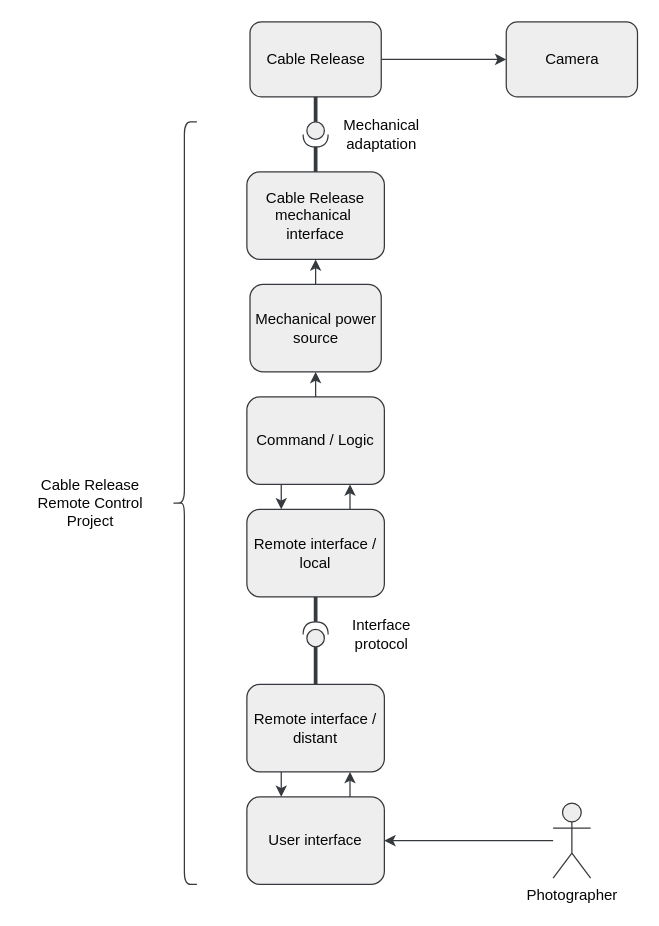
Before: design/preliminary_design.drawio in sebastienroy/cable_release_remote_control, a draw.io diagram. Source tidied: cells renumbered, new cells numbered last; positions are measured from the earlier drawing's top-left corner, leaving out a move shared by most shapes. Both pictures are drawn from the tidied source at 125%, with x=0, y=0 at pixel (21, 21).
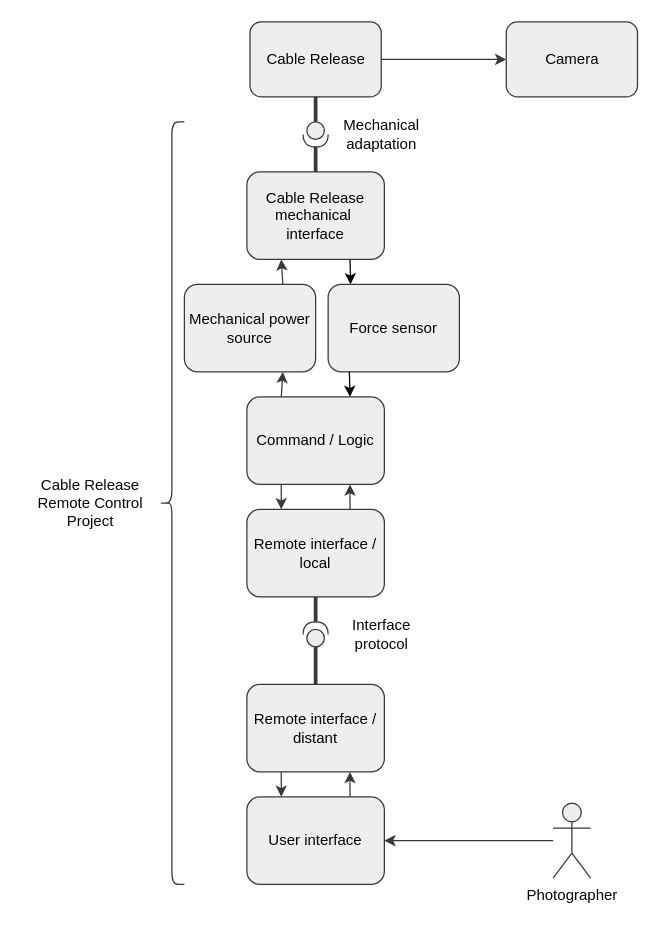
The same diagram, later.

Commit message:
add sensor function and non functional requirement

The change refers to these unchanged cells:
```xml
<mxCell id="4" value="Cable Release mechanical&amp;nbsp; interface" style="rounded=1;whiteSpace=wrap;html=1;strokeColor=#36393d;fillColor=#eeeeee;fontColor=#050505;" parent="1" vertex="1">
  <mxGeometry x="180" y="120" width="110" height="70" as="geometry" />
</mxCell>
<mxCell id="12" value="Command / Logic" style="rounded=1;whiteSpace=wrap;html=1;strokeColor=#36393d;fillColor=#eeeeee;fontColor=#050505;" parent="1" vertex="1">
  <mxGeometry x="180" y="300" width="110" height="70" as="geometry" />
</mxCell>
```

What changed in the source:
```diff
@@
-    <mxCell id="10" style="edgeStyle=none;html=1;exitX=0.5;exitY=0;exitDx=0;exitDy=0;entryX=0.5;entryY=1;entryDx=0;entryDy=0;strokeColor=#36393d;fillColor=#eeeeee;fontColor=#050505;" parent="1" edge="1" source="12" target="14">
+    <mxCell id="10" style="edgeStyle=none;html=1;strokeColor=#36393d;fillColor=#eeeeee;fontColor=#050505;exitX=0.25;exitY=0;exitDx=0;exitDy=0;entryX=0.75;entryY=1;entryDx=0;entryDy=0;" parent="1" edge="1" source="12" target="14">
       <mxGeometry relative="1" as="geometry" />
     </mxCell>
@@
-    <mxCell id="13" style="edgeStyle=none;html=1;exitX=0.5;exitY=0;exitDx=0;exitDy=0;entryX=0.5;entryY=1;entryDx=0;entryDy=0;strokeColor=#36393d;fillColor=#eeeeee;fontColor=#050505;" parent="1" edge="1" source="14" target="4">
+    <mxCell id="13" style="edgeStyle=none;html=1;exitX=0.75;exitY=0;exitDx=0;exitDy=0;entryX=0.25;entryY=1;entryDx=0;entryDy=0;strokeColor=#36393d;fillColor=#eeeeee;fontColor=#050505;" parent="1" edge="1" source="14" target="4">
       <mxGeometry relative="1" as="geometry" />
     </mxCell>
     <mxCell id="14" value="Mechanical power source" style="rounded=1;whiteSpace=wrap;html=1;strokeColor=#36393d;fillColor=#eeeeee;fontColor=#050505;" parent="1" vertex="1">
-      <mxGeometry x="182.5" y="210" width="105" height="70" as="geometry" />
+      <mxGeometry x="130" y="210" width="105" height="70" as="geometry" />
     </mxCell>
@@
     <mxCell id="27" style="shape=curlyBracket;whiteSpace=wrap;html=1;rounded=1;labelPosition=left;verticalLabelPosition=middle;align=right;verticalAlign=middle;strokeColor=#36393d;fillColor=#eeeeee;fontColor=#050505;" parent="1" vertex="1">
-      <mxGeometry x="120" y="80" width="20" height="610" as="geometry" />
+      <mxGeometry x="110" y="80" width="20" height="610" as="geometry" />
     </mxCell>
@@
+    <mxCell id="29" value="Force sensor" style="rounded=1;whiteSpace=wrap;html=1;strokeColor=#36393d;fillColor=#eeeeee;fontColor=#050505;" parent="1" vertex="1">
+      <mxGeometry x="245" y="210" width="105" height="70" as="geometry" />
+    </mxCell>
+    <mxCell id="30" style="edgeStyle=none;html=1;exitX=0.162;exitY=1;exitDx=0;exitDy=0;strokeColor=#030303;exitPerimeter=0;entryX=0.75;entryY=0;entryDx=0;entryDy=0;" parent="1" edge="1" source="29" target="12">
+      <mxGeometry relative="1" as="geometry" />
+    </mxCell>
+    <mxCell id="31" style="edgeStyle=none;html=1;exitX=0.75;exitY=1;exitDx=0;exitDy=0;strokeColor=#030303;" parent="1" edge="1" source="4">
+      <mxGeometry relative="1" as="geometry">
+        <mxPoint x="263" y="210" as="targetPoint" />
+      </mxGeometry>
+    </mxCell>
```
